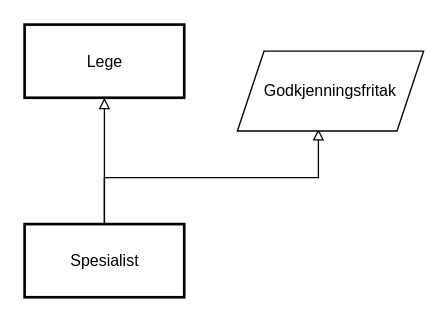
The draw.io diagram Uke 5/Oblig 2/Lege - Klasshierarki.drawio in Frexz/IN1010-, before the edit. Source tidied: cells renumbered, new cells numbered last; positions are measured from the earlier drawing's top-left corner, leaving out a move shared by most shapes. Both pictures are drawn from the tidied source at 133%, with x=0, y=0 at pixel (24, 24).
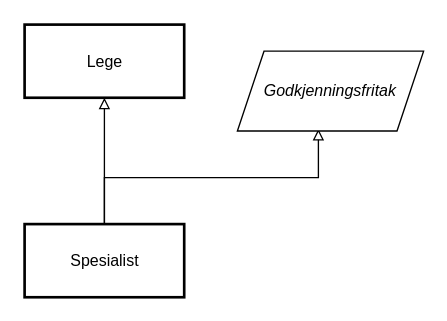
After the change.

Change to the diagram source:
```diff
@@
 <mxGraphModel>
   <root>
     <mxCell id="0" />
     <mxCell id="1" parent="0" />
     <mxCell id="2" style="edgeStyle=orthogonalEdgeStyle;rounded=0;jettySize=auto;html=1;exitX=0.5;exitY=0;exitDx=0;exitDy=0;entryX=0.5;entryY=1;entryDx=0;entryDy=0;endArrow=block;endFill=0;" parent="1" edge="1" source="4" target="5">
       <mxGeometry relative="1" as="geometry" />
     </mxCell>
     <mxCell id="3" style="edgeStyle=orthogonalEdgeStyle;rounded=0;jettySize=auto;html=1;exitX=0.5;exitY=0;exitDx=0;exitDy=0;entryX=0.435;entryY=0.975;entryDx=0;entryDy=0;entryPerimeter=0;endArrow=block;endFill=0;" parent="1" edge="1" source="4" target="6">
       <mxGeometry relative="1" as="geometry" />
     </mxCell>
     <mxCell id="4" value="Spesialist" style="html=1;strokeWidth=2;" parent="1" vertex="1">
       <mxGeometry y="150" width="120" height="55" as="geometry" />
     </mxCell>
     <mxCell id="5" value="Lege" style="html=1;strokeWidth=2;" parent="1" vertex="1">
       <mxGeometry width="120" height="55" as="geometry" />
     </mxCell>
     <mxCell id="6" style="shape=parallelogram;perimeter=parallelogramPerimeter;whiteSpace=wrap;html=1;fixedSize=1;" parent="1" vertex="1">
       <mxGeometry x="160" y="20" width="140" height="60" as="geometry" />
     </mxCell>
-    <mxCell id="7" value="Godkjenningsfritak" style="text;html=1;strokeColor=none;fillColor=none;align=center;verticalAlign=middle;whiteSpace=wrap;rounded=0;" parent="1" vertex="1">
+    <mxCell id="7" value="&lt;i&gt;Godkjenningsfritak&lt;/i&gt;" style="text;html=1;strokeColor=none;fillColor=none;align=center;verticalAlign=middle;whiteSpace=wrap;rounded=0;" parent="1" vertex="1">
       <mxGeometry x="200" y="35" width="60" height="30" as="geometry" />
     </mxCell>
   </root>
 </mxGraphModel>
```
